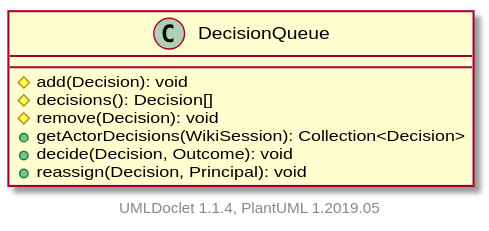
Above: apidocs/2.11.0.M7-SNAPSHOT/org/apache/wiki/workflow/DecisionQueue.svg in apache/jspwiki-site (PlantUML), before the change.
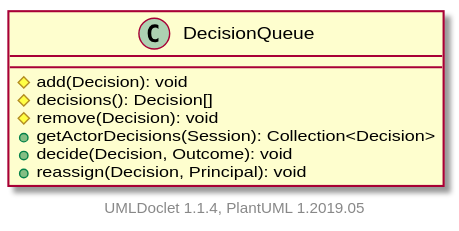
After the commit.

Diff of the diagram source:
```diff
@@ -4,7 +4,7 @@
         #add(Decision): void
         #decisions(): Decision[]
         #remove(Decision): void
-        +getActorDecisions(WikiSession): Collection<Decision>
+        +getActorDecisions(Session): Collection<Decision>
         +decide(Decision, Outcome): void
         +reassign(Decision, Principal): void
     }
```
